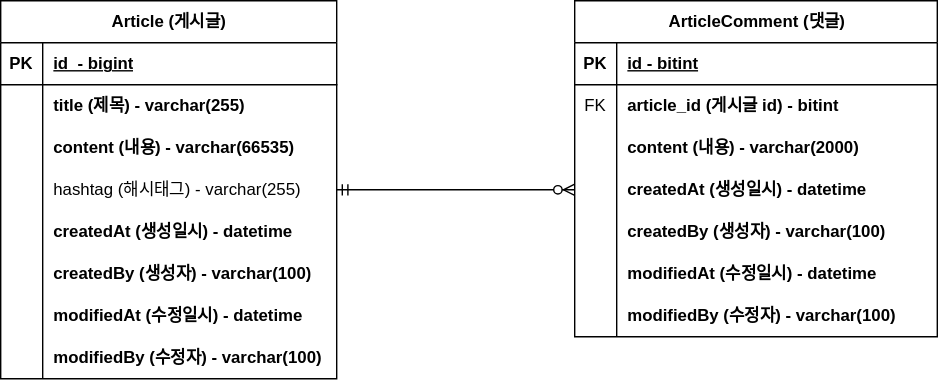
Above: document/project-board-erd.svg in sunnyj0613/fastcampus-project-board (draw.io), before the change. Source tidied: cells renumbered, new cells last; positions are measured from the earlier drawing's top-left corner, leaving out a move shared by most shapes.
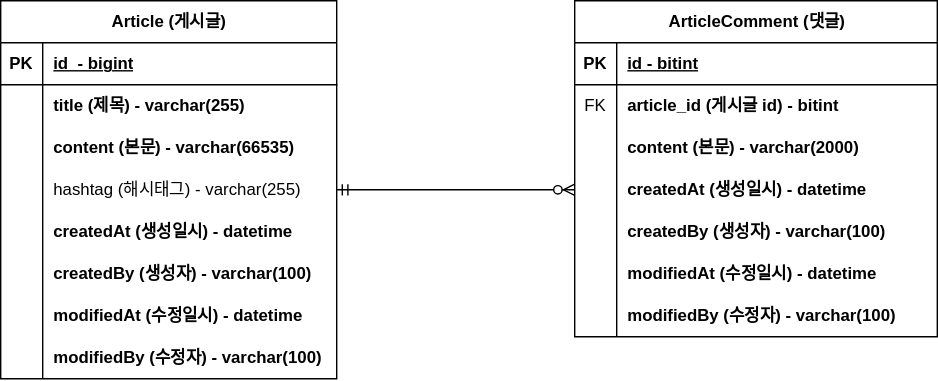
The same file after the commit.

Commit message:
#9 - ERD 주석 업데이트 : project-board-erd.svg

Diff of the diagram source:
```diff
@@ -29,7 +29,7 @@
     <mxCell id="10" style="shape=partialRectangle;fillColor=none;top=0;left=0;bottom=0;right=0;overflow=hidden;whiteSpace=wrap;html=1;" parent="9" vertex="1">
       <mxGeometry width="30" height="30" as="geometry" />
     </mxCell>
-    <mxCell id="11" value="content (내용) - varchar(2000)" style="shape=partialRectangle;fillColor=none;top=0;left=0;bottom=0;right=0;align=left;spacingLeft=6;overflow=hidden;whiteSpace=wrap;html=1;fontStyle=1;" parent="9" vertex="1">
+    <mxCell id="11" value="content (본문) - varchar(2000)" style="shape=partialRectangle;fillColor=none;top=0;left=0;bottom=0;right=0;align=left;spacingLeft=6;overflow=hidden;whiteSpace=wrap;html=1;fontStyle=1;" parent="9" vertex="1">
       <mxGeometry x="30" width="229" height="30" as="geometry" />
     </mxCell>
     <mxCell id="12" style="shape=tableRow;horizontal=0;startSize=0;swimlaneHead=0;swimlaneBody=0;fillColor=none;points=[[0,0.5],[1,0.5]];portConstraint=eastwest;top=0;left=0;right=0;bottom=0;" parent="2" vertex="1">
@@ -95,7 +95,7 @@
     <mxCell id="32" style="shape=partialRectangle;fillColor=none;top=0;left=0;bottom=0;right=0;overflow=hidden;whiteSpace=wrap;html=1;" parent="31" vertex="1">
       <mxGeometry width="30" height="30" as="geometry" />
     </mxCell>
-    <mxCell id="33" value="content (내용) - varchar(66535)" style="shape=partialRectangle;fillColor=none;top=0;left=0;bottom=0;right=0;align=left;spacingLeft=6;overflow=hidden;whiteSpace=wrap;html=1;fontStyle=1;" parent="31" vertex="1">
+    <mxCell id="33" value="content (본문) - varchar(66535)" style="shape=partialRectangle;fillColor=none;top=0;left=0;bottom=0;right=0;align=left;spacingLeft=6;overflow=hidden;whiteSpace=wrap;html=1;fontStyle=1;" parent="31" vertex="1">
       <mxGeometry x="30" width="210" height="30" as="geometry" />
     </mxCell>
     <mxCell id="34" style="shape=tableRow;horizontal=0;startSize=0;swimlaneHead=0;swimlaneBody=0;fillColor=none;points=[[0,0.5],[1,0.5]];portConstraint=eastwest;top=0;left=0;right=0;bottom=0;" parent="24" vertex="1">
```
